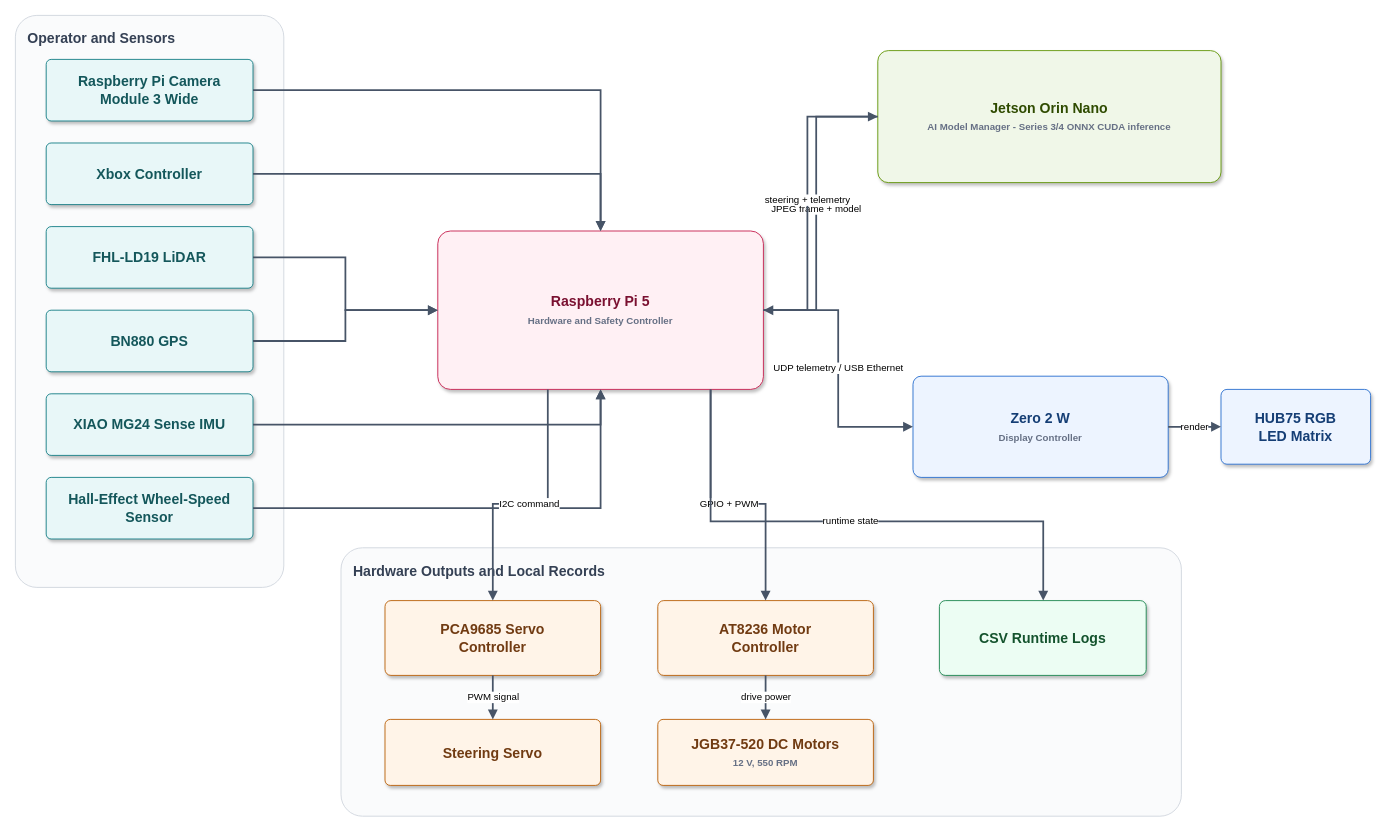
Earlier version of the draw.io diagram site/assets/diagrams/system-architecture.drawio (RamCodesBetter/SidewalkPilot). Source tidied: cells renumbered, new cells numbered last; positions are measured from the earlier drawing's top-left corner, leaving out a move shared by most shapes. Both pictures are drawn from the tidied source at 88%, with x=0, y=0 at pixel (15, 15).
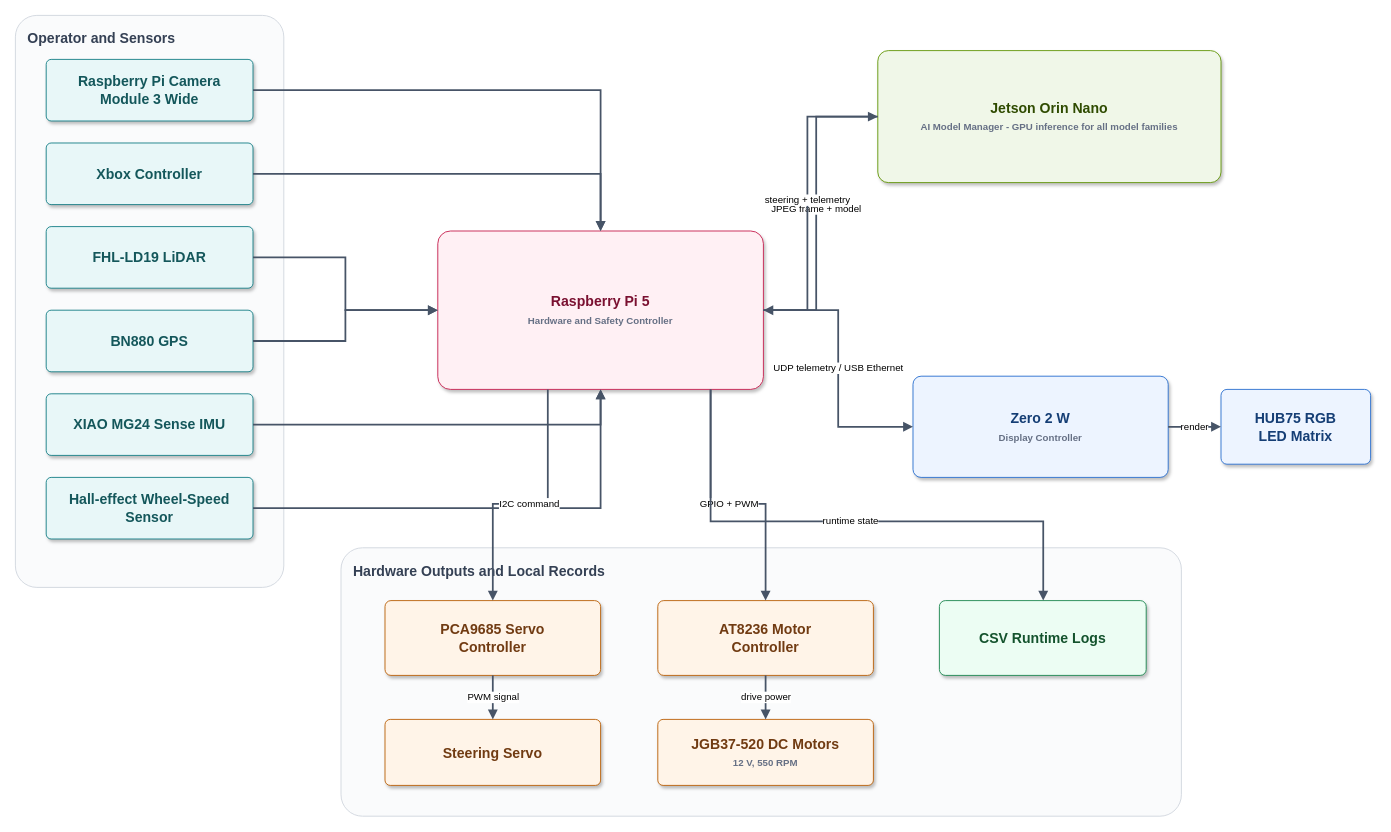
Above is the later version.

What changed in the source:
```diff
@@
-    <mxCell id="9" value="Hall-Effect Wheel-Speed&lt;br&gt;Sensor" style="rounded=1;whiteSpace=wrap;html=1;arcSize=8;shadow=1;fillColor=#E8F7F8;strokeColor=#0F7C83;fontColor=#14575B;fontFamily=Arial;fontSize=16;fontStyle=1;verticalAlign=middle;spacing=8;" parent="1" vertex="1">
+    <mxCell id="9" value="Hall-effect Wheel-Speed&lt;br&gt;Sensor" style="rounded=1;whiteSpace=wrap;html=1;arcSize=8;shadow=1;fillColor=#E8F7F8;strokeColor=#0F7C83;fontColor=#14575B;fontFamily=Arial;fontSize=16;fontStyle=1;verticalAlign=middle;spacing=8;" parent="1" vertex="1">
       <mxGeometry x="35" y="525" width="235" height="70" as="geometry" />
     </mxCell>
@@
-    <mxCell id="11" value="Jetson Orin Nano&lt;br&gt;&lt;font style=&quot;font-size:11px;color:#667085&quot;&gt;AI Model Manager - Series 3/4 ONNX CUDA inference&lt;/font&gt;" style="rounded=1;whiteSpace=wrap;html=1;arcSize=8;shadow=1;fillColor=#F0F7E8;strokeColor=#5F9400;fontColor=#2F4B00;fontFamily=Arial;fontSize=16;fontStyle=1;verticalAlign=middle;spacing=8;" parent="1" vertex="1">
+    <mxCell id="11" value="Jetson Orin Nano&lt;br&gt;&lt;font style=&quot;font-size:11px;color:#667085&quot;&gt;AI Model Manager - GPU inference for all model families&lt;/font&gt;" style="rounded=1;whiteSpace=wrap;html=1;arcSize=8;shadow=1;fillColor=#F0F7E8;strokeColor=#5F9400;fontColor=#2F4B00;fontFamily=Arial;fontSize=16;fontStyle=1;verticalAlign=middle;spacing=8;" parent="1" vertex="1">
       <mxGeometry x="980" y="40" width="390" height="150" as="geometry" />
     </mxCell>
```
